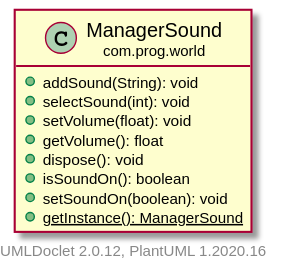
Above: core/build/docs/javadoc/uml/com/prog/world/ManagerSound.svg in Garma00/Evilian (PlantUML), before the change.
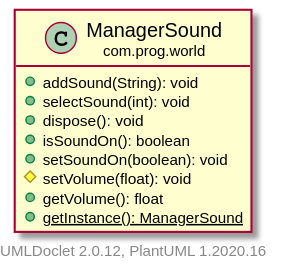
After the commit.

What changed in the source:
```diff
@@ -6,11 +6,11 @@
     class "<size:14>ManagerSound\n<size:10>com.prog.world" as com.prog.world.ManagerSound [[..\..\..\..\com\prog\world\ManagerSound.html]] {
         +addSound(String): void
         +selectSound(int): void
-        +setVolume(float): void
-        +getVolume(): float
         +dispose(): void
         +isSoundOn(): boolean
         +setSoundOn(boolean): void
+        #setVolume(float): void
+        +getVolume(): float
         {static} +getInstance(): ManagerSound
     }
 
```
